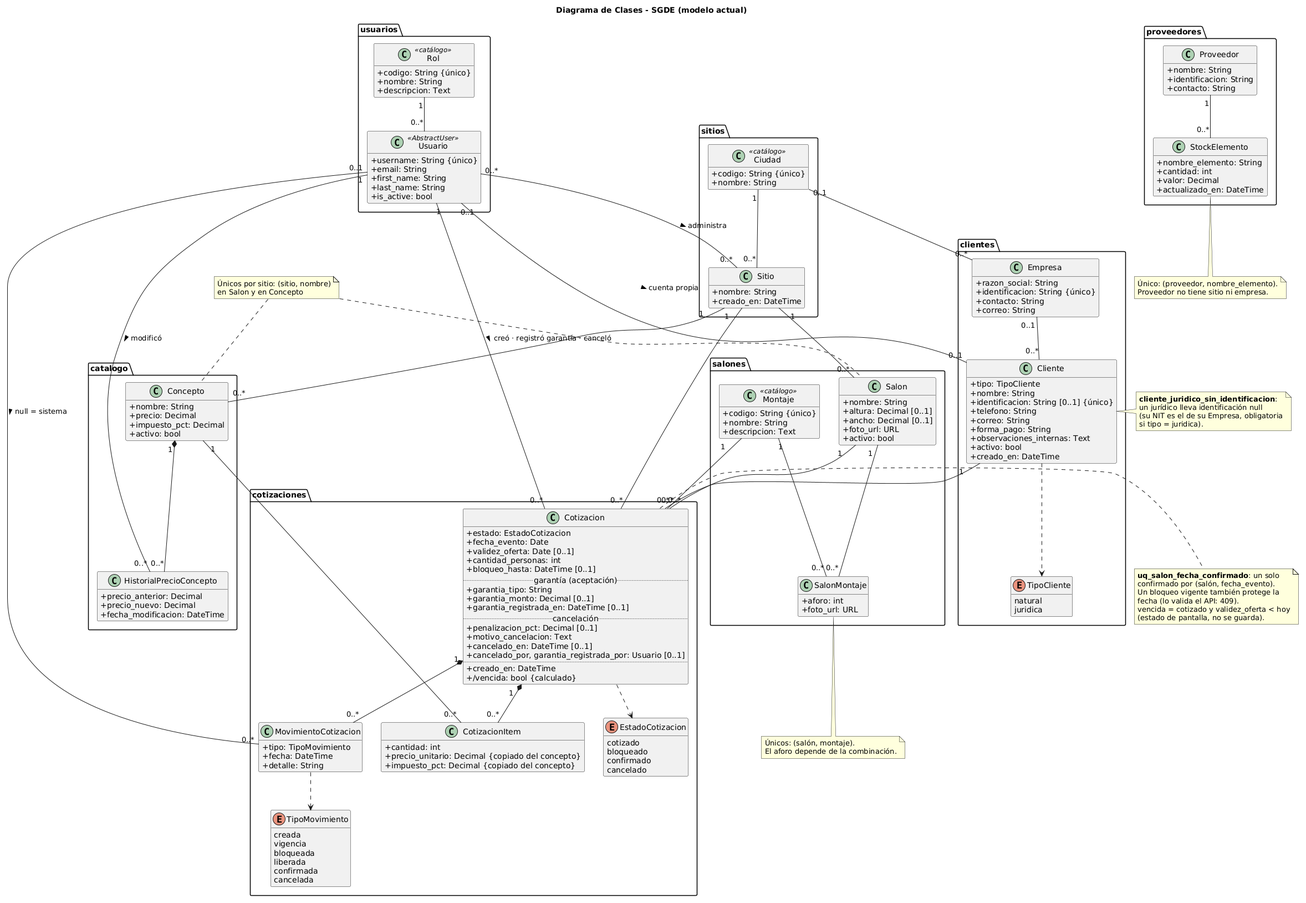
This is docs/Diagrama_Clases_SGDE.png from AndreCamx2/Gestion-De-Eventos, a PlantUML export, as it was before one commit. Its diagram source:
```plantuml
@startuml Diagrama_Clases_SGDE
title Diagrama de Clases - SGDE (modelo actual)
skinparam backgroundColor white
skinparam classAttributeIconSize 0
hide empty methods

package "sitios" {
  class Ciudad <<catálogo>> {
    +codigo: String {único}
    +nombre: String
  }
  class Sitio {
    +nombre: String
    +creado_en: DateTime
  }
}

package "usuarios" {
  class Rol <<catálogo>> {
    +codigo: String {único}
    +nombre: String
    +descripcion: Text
  }
  class Usuario <<AbstractUser>> {
    +username: String {único}
    +email: String
    +first_name: String
    +last_name: String
    +is_active: bool
  }
}

package "clientes" {
  class Empresa {
    +razon_social: String
    +identificacion: String {único}
    +contacto: String
    +correo: String
  }
  class Cliente {
    +tipo: TipoCliente
    +nombre: String
    +identificacion: String [0..1] {único}
    +telefono: String
    +correo: String
    +forma_pago: String
    +observaciones_internas: Text
    +activo: bool
    +creado_en: DateTime
  }
  enum TipoCliente {
    natural
    juridica
  }
}

package "salones" {
  class Montaje <<catálogo>> {
    +codigo: String {único}
    +nombre: String
    +descripcion: Text
  }
  class Salon {
    +nombre: String
    +altura: Decimal [0..1]
    +ancho: Decimal [0..1]
    +foto_url: URL
    +activo: bool
  }
  class SalonMontaje {
    +aforo: int
    +foto_url: URL
  }
}

package "catalogo" {
  class Concepto {
    +nombre: String
    +precio: Decimal
    +impuesto_pct: Decimal
    +activo: bool
  }
  class HistorialPrecioConcepto {
    +precio_anterior: Decimal
    +precio_nuevo: Decimal
    +fecha_modificacion: DateTime
  }
}

package "proveedores" {
  class Proveedor {
    +nombre: String
    +identificacion: String
    +contacto: String
  }
  class StockElemento {
    +nombre_elemento: String
    +cantidad: int
    +valor: Decimal
    +actualizado_en: DateTime
  }
}

package "cotizaciones" {
  class Cotizacion {
    +estado: EstadoCotizacion
    +fecha_evento: Date
    +validez_oferta: Date [0..1]
    +cantidad_personas: int
    +bloqueo_hasta: DateTime [0..1]
    .. garantía (aceptación) ..
    +garantia_tipo: String
    +garantia_monto: Decimal [0..1]
    +garantia_registrada_en: DateTime [0..1]
    .. cancelación ..
    +penalizacion_pct: Decimal [0..1]
    +motivo_cancelacion: Text
    +cancelado_en: DateTime [0..1]
    +cancelado_por, garantia_registrada_por: Usuario [0..1]
    ..
    +creado_en: DateTime
    +/vencida: bool {calculado}
  }
  enum EstadoCotizacion {
    cotizado
    bloqueado
    confirmado
    cancelado
  }
  class CotizacionItem {
    +cantidad: int
    +precio_unitario: Decimal {copiado del concepto}
    +impuesto_pct: Decimal {copiado del concepto}
  }
  class MovimientoCotizacion {
    +tipo: TipoMovimiento
    +fecha: DateTime
    +detalle: String
  }
  enum TipoMovimiento {
    creada
    vigencia
    bloqueada
    liberada
    confirmada
    cancelada
  }
}

Ciudad "1" -- "0..*" Sitio
Ciudad "0..1" -- "0..*" Empresa
Rol "1" -- "0..*" Usuario
Usuario "0..*" -- "0..*" Sitio : administra >
Empresa "0..1" -- "0..*" Cliente
Usuario "0..1" -- "0..1" Cliente : cuenta propia >
Sitio "1" -- "0..*" Salon
Salon "1" -- "0..*" SalonMontaje
Montaje "1" -- "0..*" SalonMontaje
Sitio "1" -- "0..*" Concepto
Concepto "1" *-- "0..*" HistorialPrecioConcepto
Usuario "1" -- "0..*" HistorialPrecioConcepto : modificó >
Proveedor "1" -- "0..*" StockElemento
Sitio "1" -- "0..*" Cotizacion
Cliente "1" -- "0..*" Cotizacion
Usuario "1" -- "0..*" Cotizacion : creó · registró garantía · canceló >
Salon "1" -- "0..*" Cotizacion
Montaje "1" -- "0..*" Cotizacion
Cotizacion "1" *-- "0..*" CotizacionItem
Concepto "1" -- "0..*" CotizacionItem
Cotizacion "1" *-- "0..*" MovimientoCotizacion
Usuario "0..1" -- "0..*" MovimientoCotizacion : null = sistema >
Cliente ..> TipoCliente
Cotizacion ..> EstadoCotizacion
MovimientoCotizacion ..> TipoMovimiento

note right of Cotizacion
  **uq_salon_fecha_confirmado**: un solo
  confirmado por (salón, fecha_evento).
  Un bloqueo vigente también protege la
  fecha (lo valida el API: 409).
  vencida = cotizado y validez_oferta < hoy
  (estado de pantalla, no se guarda).
end note
note right of Cliente
  **cliente_juridico_sin_identificacion**:
  un jurídico lleva identificación null
  (su NIT es el de su Empresa, obligatoria
  si tipo = juridica).
end note
note bottom of SalonMontaje
  Únicos: (salón, montaje).
  El aforo depende de la combinación.
end note
note bottom of StockElemento
  Único: (proveedor, nombre_elemento).
  Proveedor no tiene sitio ni empresa.
end note
note "Únicos por sitio: (sitio, nombre)\nen Salon y en Concepto" as N1
N1 .. Salon
N1 .. Concepto
@enduml
```
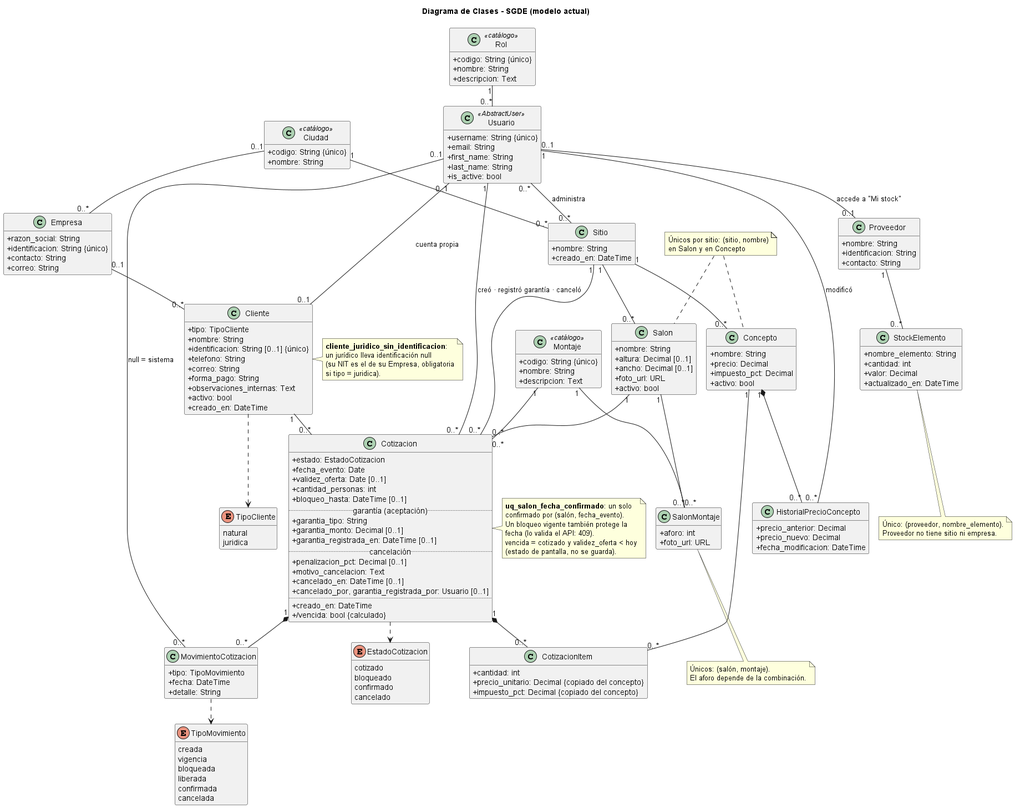
Later version of the same file.

Change to the diagram source:
```diff
@@ -1,10 +1,10 @@
 @startuml Diagrama_Clases_SGDE
+!pragma layout smetana
 title Diagrama de Clases - SGDE (modelo actual)
 skinparam backgroundColor white
 skinparam classAttributeIconSize 0
 hide empty methods
 
-package "sitios" {
   class Ciudad <<catálogo>> {
     +codigo: String {único}
     +nombre: String
@@ -13,9 +13,7 @@
     +nombre: String
     +creado_en: DateTime
   }
-}
 
-package "usuarios" {
   class Rol <<catálogo>> {
     +codigo: String {único}
     +nombre: String
@@ -28,9 +26,7 @@
     +last_name: String
     +is_active: bool
   }
-}
 
-package "clientes" {
   class Empresa {
     +razon_social: String
     +identificacion: String {único}
@@ -52,9 +48,7 @@
     natural
     juridica
   }
-}
 
-package "salones" {
   class Montaje <<catálogo>> {
     +codigo: String {único}
     +nombre: String
@@ -71,9 +65,7 @@
     +aforo: int
     +foto_url: URL
   }
-}
 
-package "catalogo" {
   class Concepto {
     +nombre: String
     +precio: Decimal
@@ -85,9 +77,7 @@
     +precio_nuevo: Decimal
     +fecha_modificacion: DateTime
   }
-}
 
-package "proveedores" {
   class Proveedor {
     +nombre: String
     +identificacion: String
@@ -99,9 +89,7 @@
     +valor: Decimal
     +actualizado_en: DateTime
   }
-}
 
-package "cotizaciones" {
   class Cotizacion {
     +estado: EstadoCotizacion
     +fecha_evento: Date
@@ -145,7 +133,6 @@
     confirmada
     cancelada
   }
-}
 
 Ciudad "1" -- "0..*" Sitio
 Ciudad "0..1" -- "0..*" Empresa
@@ -160,6 +147,7 @@
 Concepto "1" *-- "0..*" HistorialPrecioConcepto
 Usuario "1" -- "0..*" HistorialPrecioConcepto : modificó >
 Proveedor "1" -- "0..*" StockElemento
+Usuario "0..1" -- "0..1" Proveedor : accede a "Mi stock" >
 Sitio "1" -- "0..*" Cotizacion
 Cliente "1" -- "0..*" Cotizacion
 Usuario "1" -- "0..*" Cotizacion : creó · registró garantía · canceló >
```
